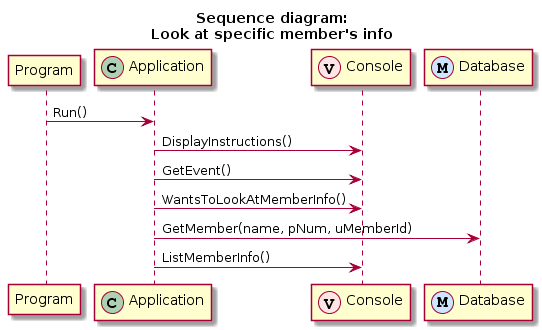
ProfessorPotatis/1dv607-portfolio keeps this PlantUML diagram as Workshop 2 - Design/Sequence-diagrams/look-at-member-info.png. Above is the earlier version.
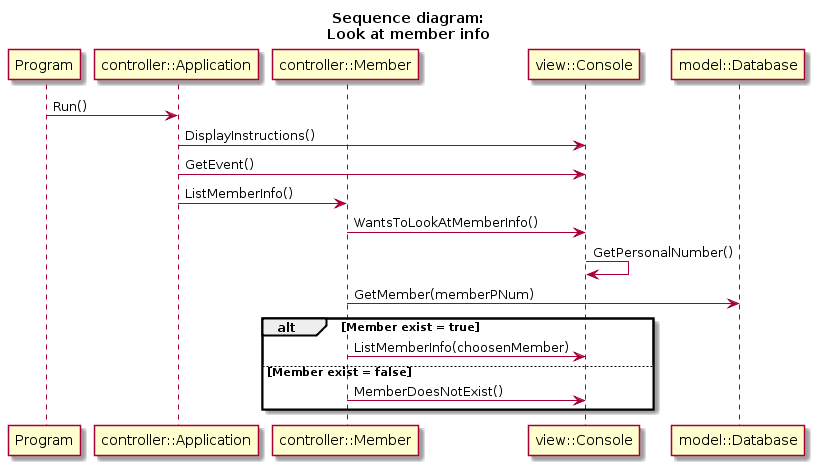
Above is the later version.

Commit message:
Updated the sequence diagrams.

The edit, as a diff of the source:
```diff
@@ -1,14 +1,22 @@
 @startuml
-title Sequence diagram:\nLook at specific member's info
+title Sequence diagram:\nLook at member info
 participant Program
-participant Application << (C,#ADD1B2) >>
-participant Console << (V,#FFE6E6) >>
-participant Database << (M,#CCE6FF) >>
+participant "controller::Application"
+participant "controller::Member"
+participant "view::Console"
+participant "model::Database"
 
-Program -> Application: Run()
-Application -> Console: DisplayInstructions()
-Application -> Console: GetEvent()
-Application -> Console: WantsToLookAtMemberInfo()
-Application -> Database: GetMember(name, pNum, uMemberId)
-Application -> Console: ListMemberInfo()
+Program -> "controller::Application": Run()
+"controller::Application" -> "view::Console": DisplayInstructions()
+"controller::Application" -> "view::Console": GetEvent()
+"controller::Application" -> "controller::Member": ListMemberInfo()
+"controller::Member" -> "view::Console": WantsToLookAtMemberInfo()
+"view::Console" -> "view::Console": GetPersonalNumber()
+"controller::Member" -> "model::Database": GetMember(memberPNum)
+
+alt Member exist = true
+    "controller::Member" -> "view::Console": ListMemberInfo(choosenMember)
+else Member exist = false
+    "controller::Member" -> "view::Console": MemberDoesNotExist()
+end
 @enduml
```
